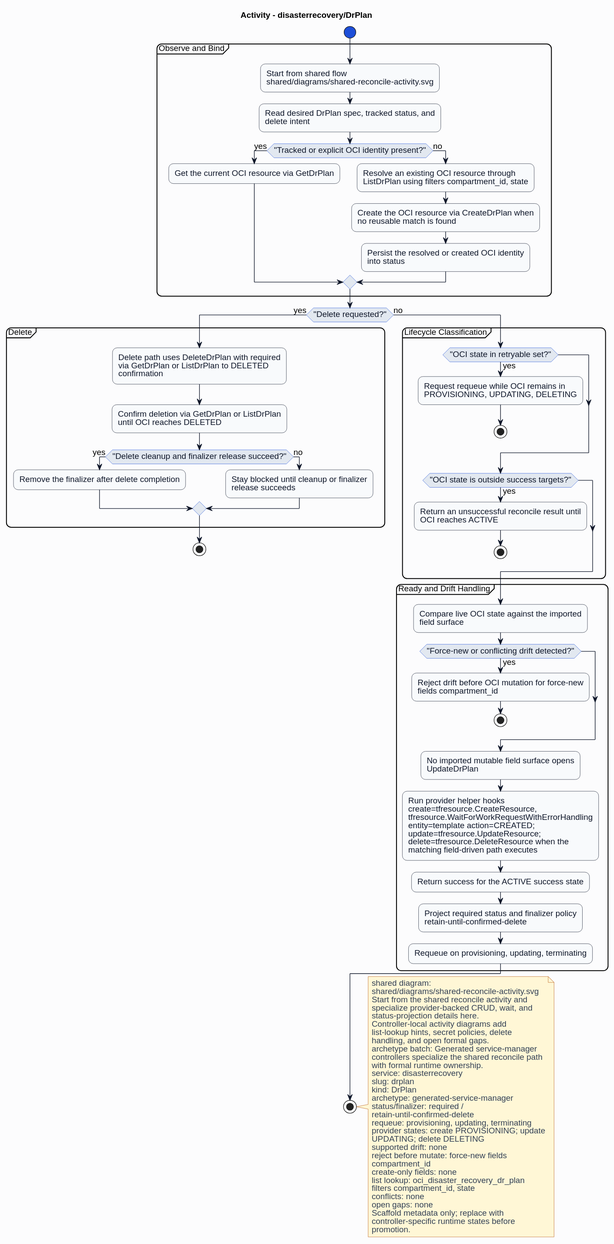
Earlier version of the PlantUML export formal/controllers/disasterrecovery/drplan/diagrams/activity.svg (HaoyL666/oci-service-operator). The source it was exported from:
```plantuml
@startuml
skinparam shadowing false
skinparam backgroundColor #fcfcfd
skinparam defaultFontName Helvetica
skinparam defaultFontSize 14
skinparam arrowColor #0f172a
skinparam noteBackgroundColor #fff7d6
skinparam noteBorderColor #b45309
skinparam noteFontColor #334155
skinparam roundcorner 16
title Activity - disasterrecovery/DrPlan
skinparam activity {
  backgroundColor #f8fafc
  borderColor #0f172a
  fontColor #0f172a
  diamondBackgroundColor #e2e8f0
  diamondBorderColor #1d4ed8
  diamondFontColor #0f172a
  startColor #1d4ed8
  endColor #0f172a
  barColor #1d4ed8
}
start
partition "Observe and Bind" {
:Start from shared flow\nshared/diagrams/shared-reconcile-activity.svg;
:Read desired DrPlan spec, tracked status, and\ndelete intent;
if ("Tracked or explicit OCI identity present?") then (yes)
:Get the current OCI resource via GetDrPlan;
else (no)
:Resolve an existing OCI resource through\nListDrPlan using filters compartment_id, state;
:Create the OCI resource via CreateDrPlan when\nno reusable match is found;
:Persist the resolved or created OCI identity\ninto status;
endif
}
if ("Delete requested?") then (yes)
partition "Delete" {
:Delete path uses DeleteDrPlan with required\nvia GetDrPlan or ListDrPlan to DELETED\nconfirmation;
:Confirm deletion via GetDrPlan or ListDrPlan\nuntil OCI reaches DELETED;
if ("Delete cleanup and finalizer release succeed?") then (yes)
:Remove the finalizer after delete completion;
else (no)
:Stay blocked until cleanup or finalizer\nrelease succeeds;
endif
}
stop
else (no)
partition "Lifecycle Classification" {
if ("OCI state in retryable set?") then (yes)
:Request requeue while OCI remains in\nPROVISIONING, UPDATING, DELETING;
stop
endif
if ("OCI state is outside success targets?") then (yes)
:Return an unsuccessful reconcile result until\nOCI reaches ACTIVE;
stop
endif
}
partition "Ready and Drift Handling" {
:Compare live OCI state against the imported\nfield surface;
if ("Force-new or conflicting drift detected?") then (yes)
:Reject drift before OCI mutation for force-new\nfields compartment_id;
stop
endif
:No imported mutable field surface opens\nUpdateDrPlan;
:Run provider helper hooks\ncreate=tfresource.CreateResource,\ntfresource.WaitForWorkRequestWithErrorHandling\nentity=template action=CREATED;\nupdate=tfresource.UpdateResource;\ndelete=tfresource.DeleteResource when the\nmatching field-driven path executes;
:Return success for the ACTIVE success state;
:Project required status and finalizer policy\nretain-until-confirmed-delete;
:Requeue on provisioning, updating, terminating;
}
endif
stop
note right
shared diagram:
shared/diagrams/shared-reconcile-activity.svg
Start from the shared reconcile activity and
specialize provider-backed CRUD, wait, and
status-projection details here.
Controller-local activity diagrams add
list-lookup hints, secret policies, delete
handling, and open formal gaps.
archetype batch: Generated service-manager
controllers specialize the shared reconcile path
with formal runtime ownership.
service: disasterrecovery
slug: drplan
kind: DrPlan
archetype: generated-service-manager
status/finalizer: required /
retain-until-confirmed-delete
requeue: provisioning, updating, terminating
provider states: create PROVISIONING; update
UPDATING; delete DELETING
supported drift: none
reject before mutate: force-new fields
compartment_id
create-only fields: none
list lookup: oci_disaster_recovery_dr_plan
filters compartment_id, state
conflicts: none
open gaps: none
Scaffold metadata only; replace with
controller-specific runtime states before
promotion.
end note
@enduml
```
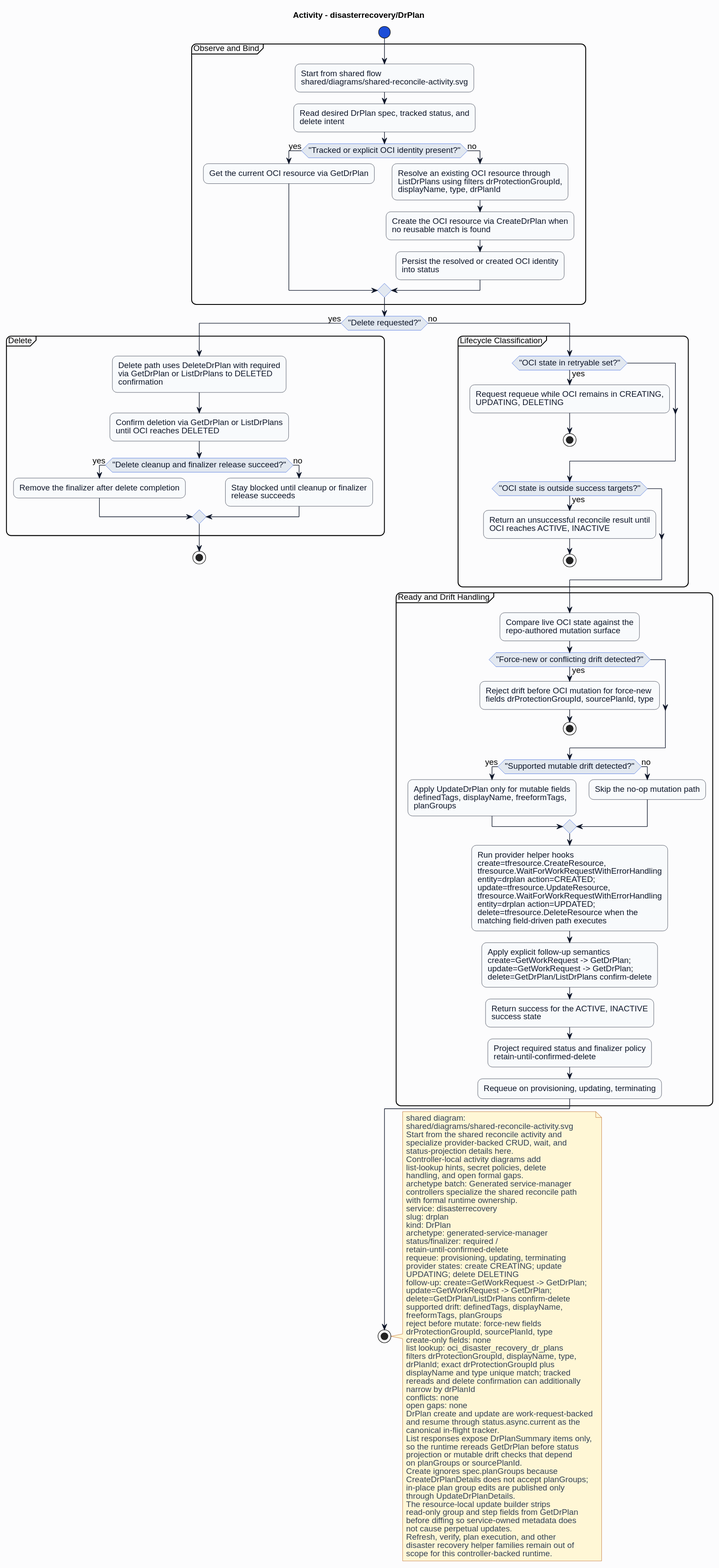
After the change.

Change to the diagram source:
```diff
@@ -27,15 +27,15 @@
 if ("Tracked or explicit OCI identity present?") then (yes)
 :Get the current OCI resource via GetDrPlan;
 else (no)
-:Resolve an existing OCI resource through\nListDrPlan using filters compartment_id, state;
+:Resolve an existing OCI resource through\nListDrPlans using filters drProtectionGroupId,\ndisplayName, type, drPlanId;
 :Create the OCI resource via CreateDrPlan when\nno reusable match is found;
 :Persist the resolved or created OCI identity\ninto status;
 endif
 }
 if ("Delete requested?") then (yes)
 partition "Delete" {
-:Delete path uses DeleteDrPlan with required\nvia GetDrPlan or ListDrPlan to DELETED\nconfirmation;
-:Confirm deletion via GetDrPlan or ListDrPlan\nuntil OCI reaches DELETED;
+:Delete path uses DeleteDrPlan with required\nvia GetDrPlan or ListDrPlans to DELETED\nconfirmation;
+:Confirm deletion via GetDrPlan or ListDrPlans\nuntil OCI reaches DELETED;
 if ("Delete cleanup and finalizer release succeed?") then (yes)
 :Remove the finalizer after delete completion;
 else (no)
@@ -46,23 +46,28 @@
 else (no)
 partition "Lifecycle Classification" {
 if ("OCI state in retryable set?") then (yes)
-:Request requeue while OCI remains in\nPROVISIONING, UPDATING, DELETING;
+:Request requeue while OCI remains in CREATING,\nUPDATING, DELETING;
 stop
 endif
 if ("OCI state is outside success targets?") then (yes)
-:Return an unsuccessful reconcile result until\nOCI reaches ACTIVE;
+:Return an unsuccessful reconcile result until\nOCI reaches ACTIVE, INACTIVE;
 stop
 endif
 }
 partition "Ready and Drift Handling" {
-:Compare live OCI state against the imported\nfield surface;
+:Compare live OCI state against the\nrepo-authored mutation surface;
 if ("Force-new or conflicting drift detected?") then (yes)
-:Reject drift before OCI mutation for force-new\nfields compartment_id;
+:Reject drift before OCI mutation for force-new\nfields drProtectionGroupId, sourcePlanId, type;
 stop
 endif
-:No imported mutable field surface opens\nUpdateDrPlan;
-:Run provider helper hooks\ncreate=tfresource.CreateResource,\ntfresource.WaitForWorkRequestWithErrorHandling\nentity=template action=CREATED;\nupdate=tfresource.UpdateResource;\ndelete=tfresource.DeleteResource when the\nmatching field-driven path executes;
-:Return success for the ACTIVE success state;
+if ("Supported mutable drift detected?") then (yes)
+:Apply UpdateDrPlan only for mutable fields\ndefinedTags, displayName, freeformTags,\nplanGroups;
+else (no)
+:Skip the no-op mutation path;
+endif
+:Run provider helper hooks\ncreate=tfresource.CreateResource,\ntfresource.WaitForWorkRequestWithErrorHandling\nentity=drplan action=CREATED;\nupdate=tfresource.UpdateResource,\ntfresource.WaitForWorkRequestWithErrorHandling\nentity=drplan action=UPDATED;\ndelete=tfresource.DeleteResource when the\nmatching field-driven path executes;
+:Apply explicit follow-up semantics\ncreate=GetWorkRequest -> GetDrPlan;\nupdate=GetWorkRequest -> GetDrPlan;\ndelete=GetDrPlan/ListDrPlans confirm-delete;
+:Return success for the ACTIVE, INACTIVE\nsuccess state;
 :Project required status and finalizer policy\nretain-until-confirmed-delete;
 :Requeue on provisioning, updating, terminating;
 }
@@ -87,18 +92,41 @@
 status/finalizer: required /
 retain-until-confirmed-delete
 requeue: provisioning, updating, terminating
-provider states: create PROVISIONING; update
+provider states: create CREATING; update
 UPDATING; delete DELETING
-supported drift: none
+follow-up: create=GetWorkRequest -> GetDrPlan;
+update=GetWorkRequest -> GetDrPlan;
+delete=GetDrPlan/ListDrPlans confirm-delete
+supported drift: definedTags, displayName,
+freeformTags, planGroups
 reject before mutate: force-new fields
-compartment_id
+drProtectionGroupId, sourcePlanId, type
 create-only fields: none
-list lookup: oci_disaster_recovery_dr_plan
-filters compartment_id, state
+list lookup: oci_disaster_recovery_dr_plans
+filters drProtectionGroupId, displayName, type,
+drPlanId; exact drProtectionGroupId plus
+displayName and type unique match; tracked
+rereads and delete confirmation can additionally
+narrow by drPlanId
 conflicts: none
 open gaps: none
-Scaffold metadata only; replace with
-controller-specific runtime states before
-promotion.
+DrPlan create and update are work-request-backed
+and resume through status.async.current as the
+canonical in-flight tracker.
+List responses expose DrPlanSummary items only,
+so the runtime rereads GetDrPlan before status
+projection or mutable drift checks that depend
+on planGroups or sourcePlanId.
+Create ignores spec.planGroups because
+CreateDrPlanDetails does not accept planGroups;
+in-place plan group edits are published only
+through UpdateDrPlanDetails.
+The resource-local update builder strips
+read-only group and step fields from GetDrPlan
+before diffing so service-owned metadata does
+not cause perpetual updates.
+Refresh, verify, plan execution, and other
+disaster recovery helper families remain out of
+scope for this controller-backed runtime.
 end note
 @enduml
```
